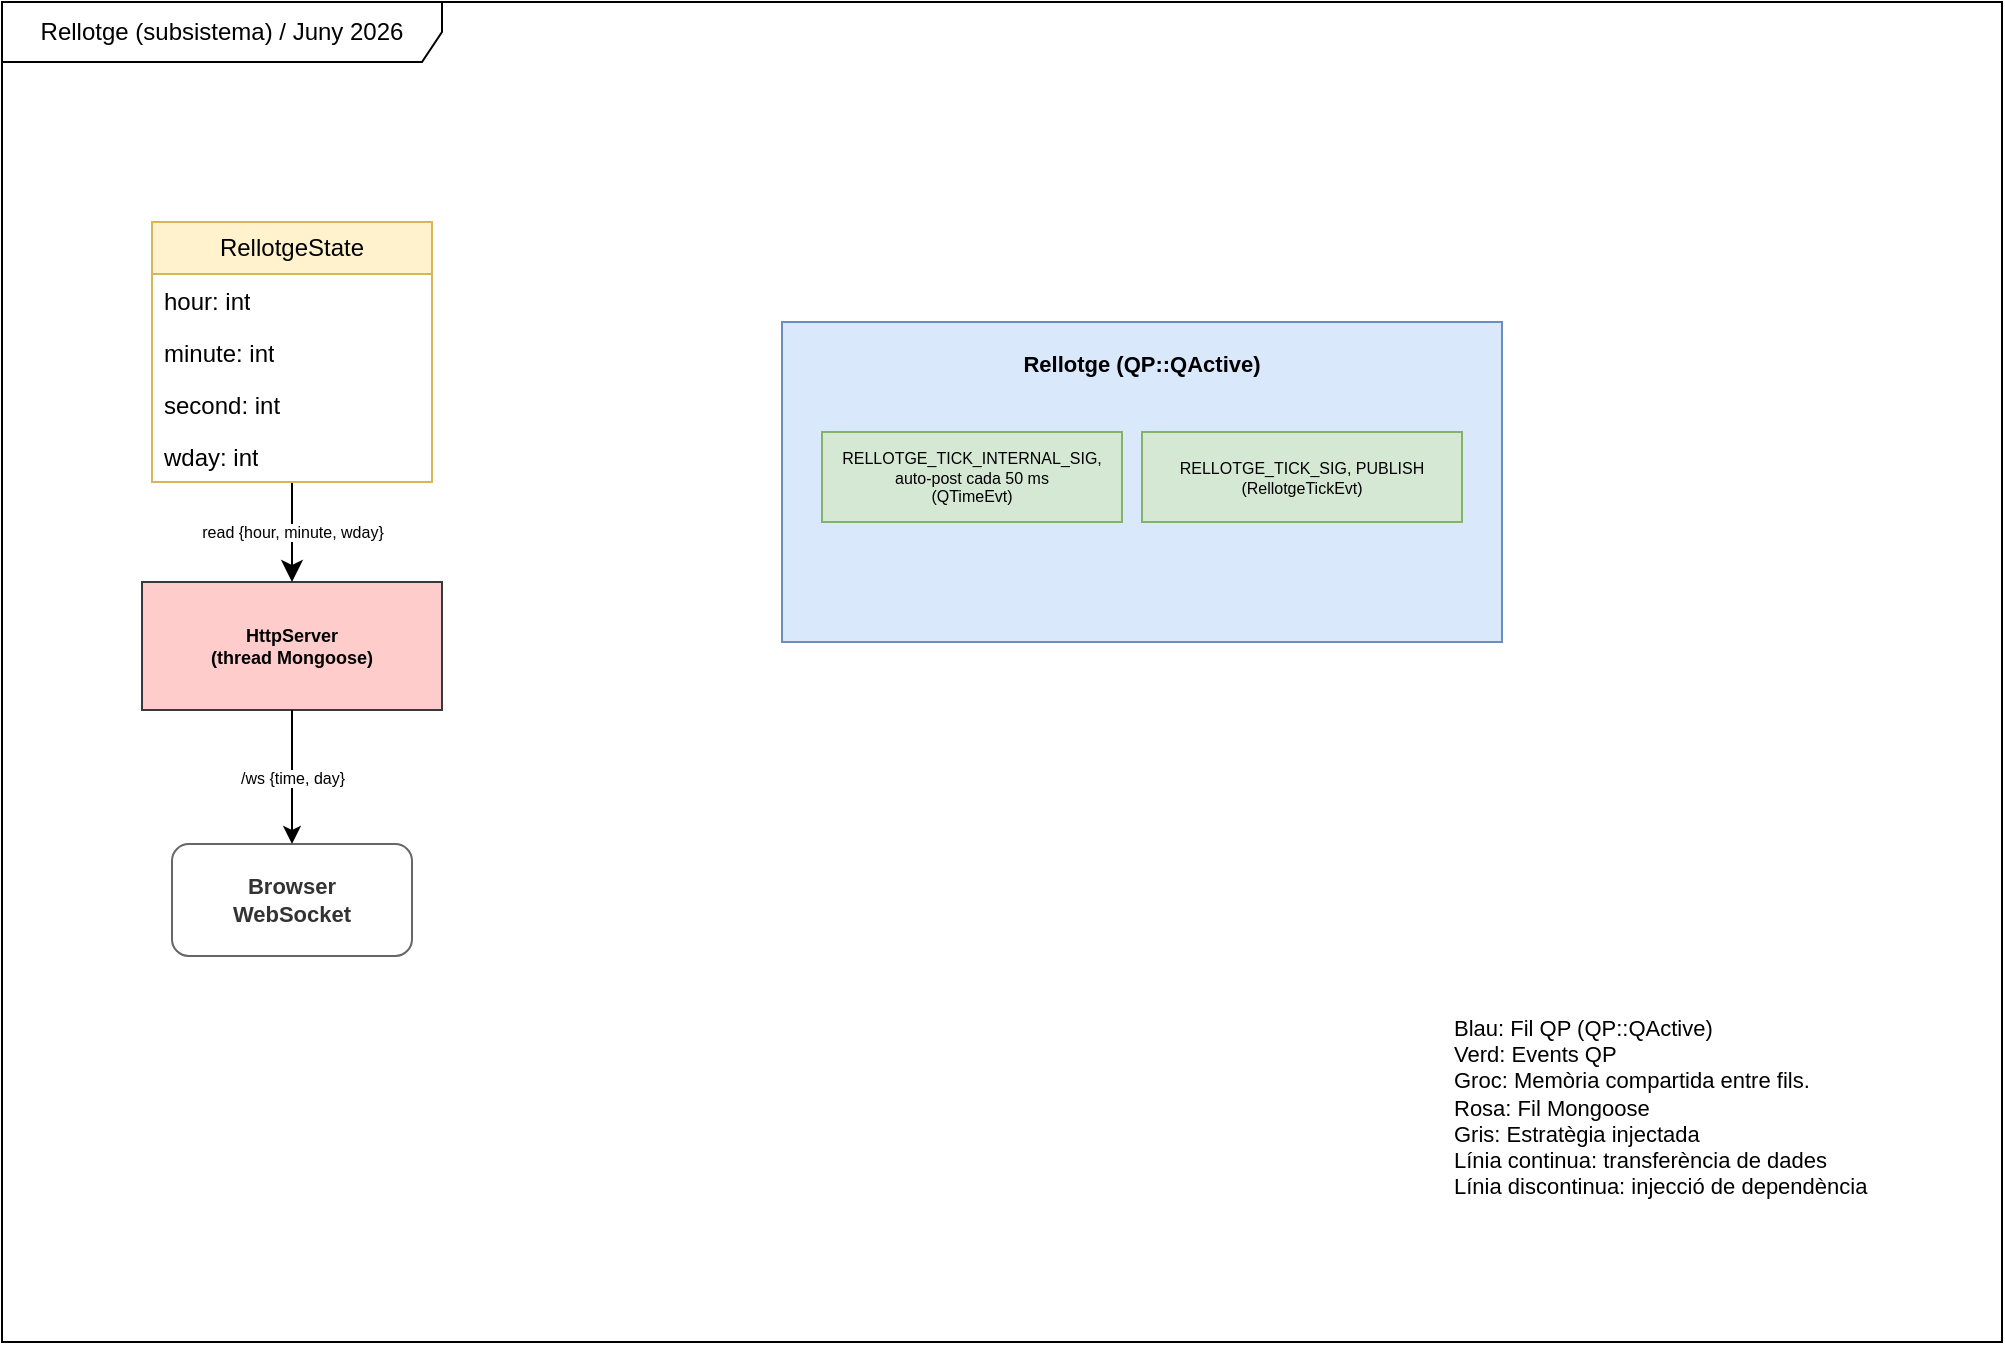
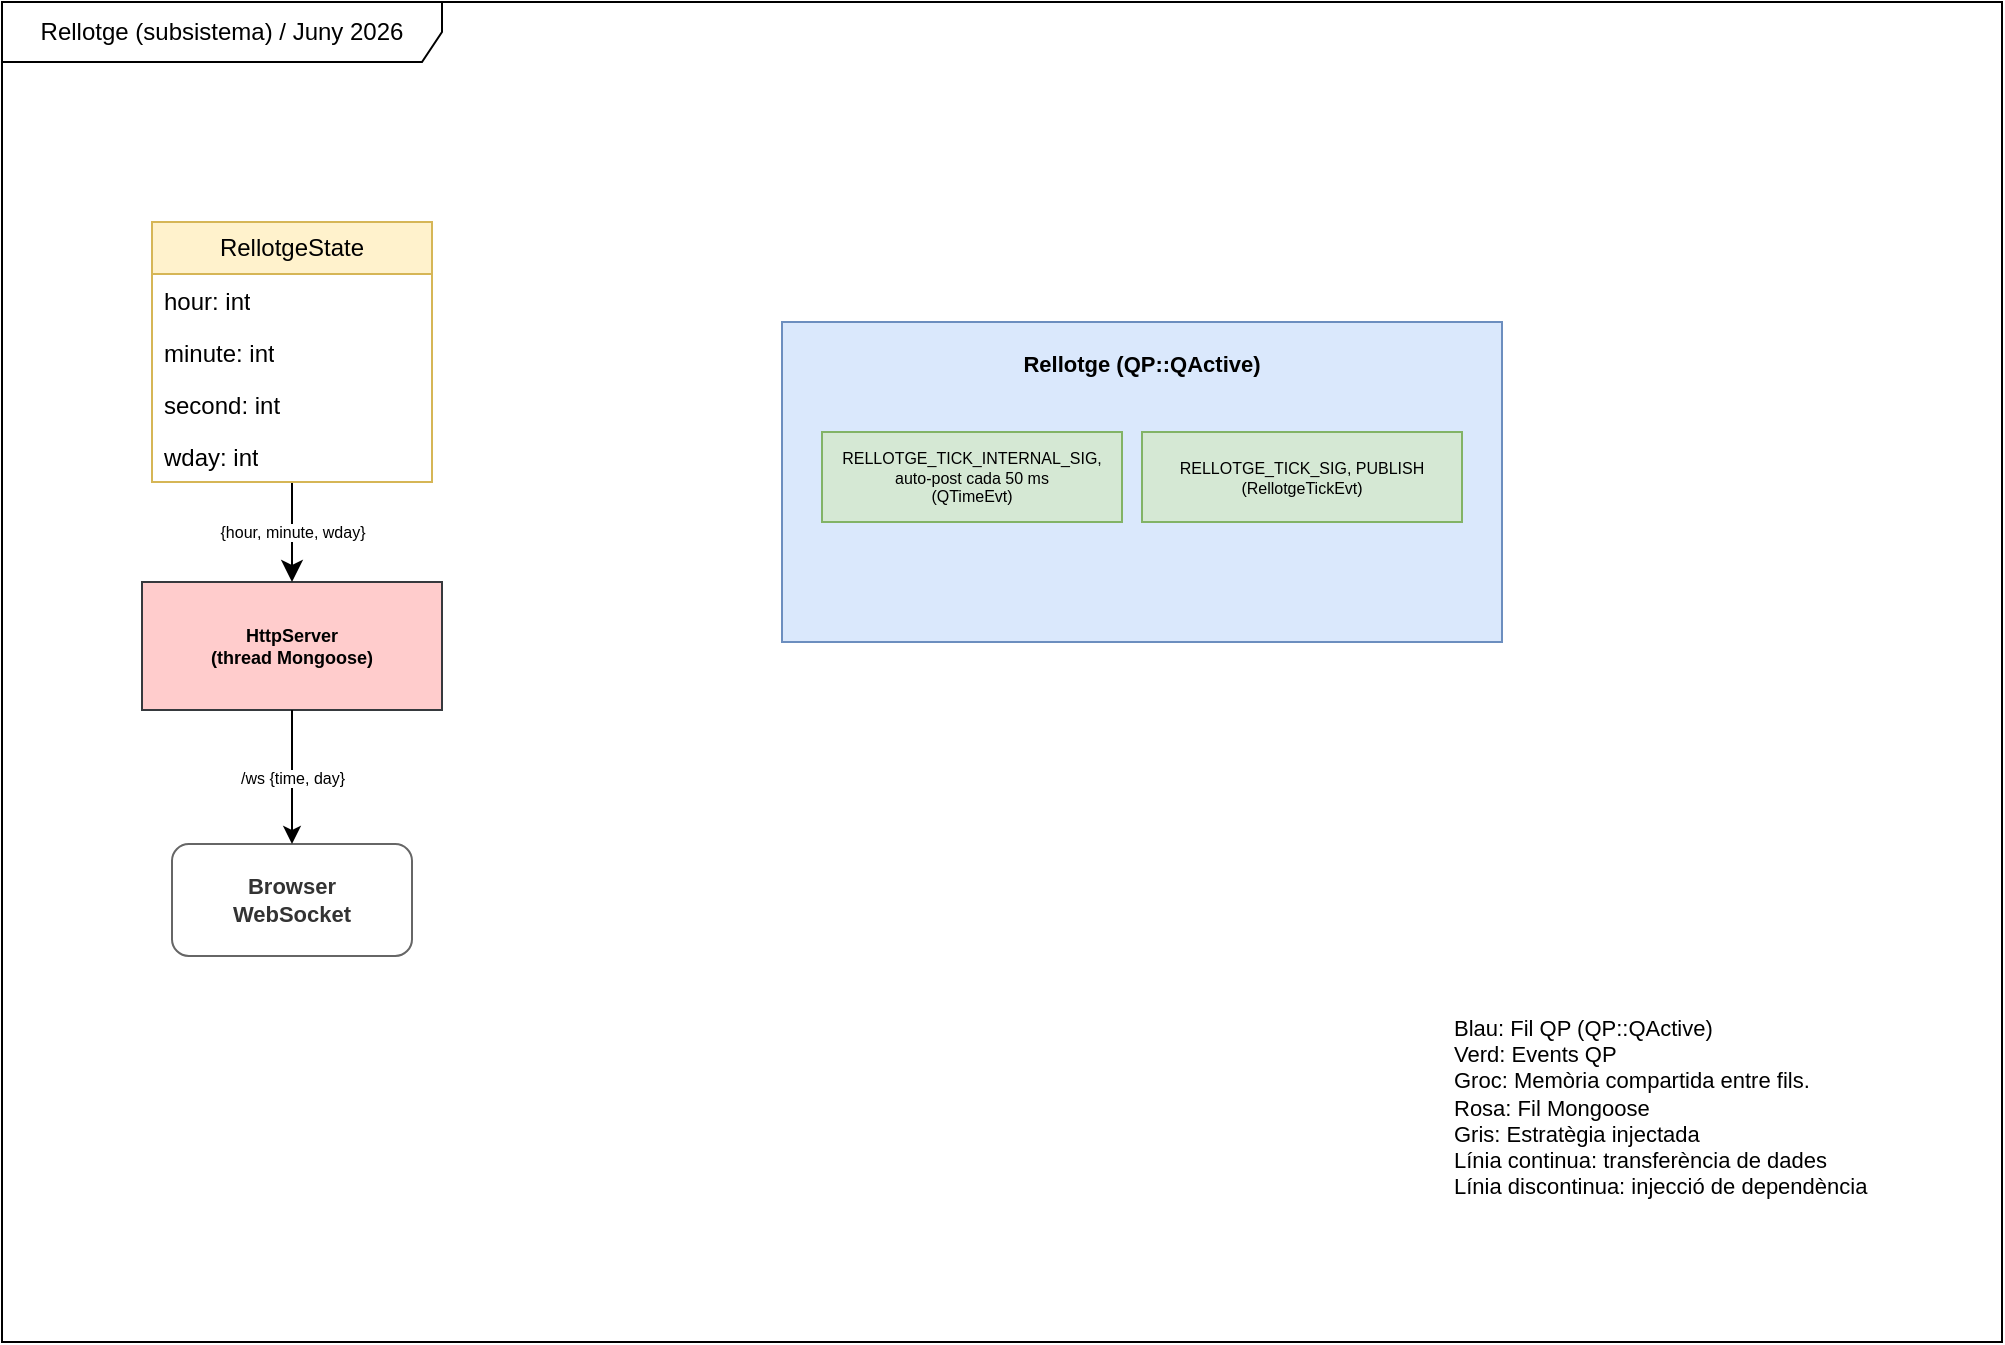
<mxfile host="Electron" agent="Mozilla/5.0 (Windows NT 10.0; Win64; x64) AppleWebKit/537.36 (KHTML, like Gecko) draw.io/28.2.8 Chrome/140.0.7339.240 Electron/38.4.0 Safari/537.36" version="28.2.8">
  <diagram name="Rellotge" id="rellotge">
    <mxGraphModel dx="1028" dy="663" grid="1" gridSize="10" guides="1" tooltips="1" connect="1" arrows="1" fold="1" page="1" pageScale="1" pageWidth="1169" pageHeight="826" math="0" shadow="0">
      <root>
        <mxCell id="0" />
        <mxCell id="1" parent="0" />
        <mxCell id="frame" value="Rellotge (subsistema) / Juny 2026" style="shape=umlFrame;whiteSpace=wrap;html=1;pointerEvents=0;recursiveResize=0;collapsible=0;width=220;height=30;" parent="1" vertex="1">
          <mxGeometry x="40" y="50" width="1000" height="670" as="geometry" />
        </mxCell>
        <mxCell id="rl" value="Rellotge (QP::QActive)" style="rounded=0;whiteSpace=wrap;html=1;fillColor=#dae8fc;strokeColor=#6c8ebf;fontSize=11;fontStyle=1;verticalAlign=top;spacingTop=8" parent="1" vertex="1">
          <mxGeometry x="430" y="210" width="360" height="160" as="geometry" />
        </mxCell>
        <mxCell id="rl_internal" value="RELLOTGE_TICK_INTERNAL_SIG, auto-post cada 50 ms&#xa;(QTimeEvt)" style="rounded=0;whiteSpace=wrap;html=1;fillColor=#d5e8d4;strokeColor=#82b366;fontSize=8" parent="1" vertex="1">
          <mxGeometry x="450" y="265" width="150" height="45" as="geometry" />
        </mxCell>
        <mxCell id="rl_pub" value="RELLOTGE_TICK_SIG, PUBLISH&#xa;(RellotgeTickEvt)" style="rounded=0;whiteSpace=wrap;html=1;fillColor=#d5e8d4;strokeColor=#82b366;fontSize=8" parent="1" vertex="1">
          <mxGeometry x="610" y="265" width="160" height="45" as="geometry" />
        </mxCell>
        <mxCell id="http" value="HttpServer&#xa;(thread Mongoose)" style="rounded=0;whiteSpace=wrap;html=1;fillColor=#ffcccc;strokeColor=#36393d;fontSize=9;fontStyle=1" parent="1" vertex="1">
          <mxGeometry x="110" y="340" width="150" height="64" as="geometry" />
        </mxCell>
        <mxCell id="ws" value="&lt;b&gt;Browser&lt;/b&gt;&#xa;&lt;b&gt;WebSocket&lt;/b&gt;" style="rounded=1;whiteSpace=wrap;html=1;fillColor=#ffffff;strokeColor=#666666;fontColor=#333333;fontSize=11;" parent="1" vertex="1">
          <mxGeometry x="125" y="471" width="120" height="56" as="geometry" />
        </mxCell>
        <mxCell id="e_push" value="/ws {time, day}" style="edgeStyle=orthogonalEdgeStyle;rounded=0;html=1;exitX=0.5;exitY=1;exitDx=0;exitDy=0;entryX=0.5;entryY=0;entryDx=0;entryDy=0;fontSize=8;" parent="1" source="http" target="ws" edge="1">
          <mxGeometry relative="1" as="geometry" />
        </mxCell>
        <mxCell id="legend" value="&lt;div style=&quot;text-align:left&quot;&gt;Blau: Fil QP (QP::QActive)&lt;br&gt;Verd: Events QP&lt;br&gt;Groc: Memòria compartida entre fils.&lt;br&gt;Rosa: Fil Mongoose&lt;br&gt;Gris: Estratègia injectada&lt;br&gt;Línia continua: transferència de dades&lt;br&gt;Línia discontinua: injecció de dependència&lt;/div&gt;" style="text;strokeColor=none;fillColor=none;align=left;verticalAlign=top;spacingLeft=4;spacingRight=4;overflow=hidden;whiteSpace=wrap;html=1;fontSize=11;" parent="1" vertex="1">
          <mxGeometry x="760" y="550" width="240" height="110" as="geometry" />
        </mxCell>
-         <mxCell id="fVvCkoM4ovPekPfYtxhf-7" value="read {hour, minute, wday}" style="edgeStyle=orthogonalEdgeStyle;curved=0;rounded=0;orthogonalLoop=1;jettySize=auto;html=1;fontSize=8;startSize=8;endSize=8;" parent="1" source="fVvCkoM4ovPekPfYtxhf-1" target="http" edge="1">
+         <mxCell id="fVvCkoM4ovPekPfYtxhf-7" value="{hour, minute, wday}" style="edgeStyle=orthogonalEdgeStyle;curved=0;rounded=0;orthogonalLoop=1;jettySize=auto;html=1;fontSize=8;startSize=8;endSize=8;" parent="1" source="fVvCkoM4ovPekPfYtxhf-1" target="http" edge="1">
          <mxGeometry relative="1" as="geometry" />
        </mxCell>
        <mxCell id="fVvCkoM4ovPekPfYtxhf-1" value="RellotgeState" style="swimlane;fontStyle=0;childLayout=stackLayout;horizontal=1;startSize=26;fillColor=#fff2cc;horizontalStack=0;resizeParent=1;resizeParentMax=0;resizeLast=0;collapsible=1;marginBottom=0;whiteSpace=wrap;html=1;strokeColor=#d6b656;" parent="1" vertex="1">
          <mxGeometry x="115" y="160" width="140" height="130" as="geometry" />
        </mxCell>
        <mxCell id="fVvCkoM4ovPekPfYtxhf-2" value="hour: int" style="text;strokeColor=none;fillColor=none;align=left;verticalAlign=top;spacingLeft=4;spacingRight=4;overflow=hidden;rotatable=0;points=[[0,0.5],[1,0.5]];portConstraint=eastwest;whiteSpace=wrap;html=1;" parent="fVvCkoM4ovPekPfYtxhf-1" vertex="1">
          <mxGeometry y="26" width="140" height="26" as="geometry" />
        </mxCell>
        <mxCell id="fVvCkoM4ovPekPfYtxhf-3" value="minute: int" style="text;strokeColor=none;fillColor=none;align=left;verticalAlign=top;spacingLeft=4;spacingRight=4;overflow=hidden;rotatable=0;points=[[0,0.5],[1,0.5]];portConstraint=eastwest;whiteSpace=wrap;html=1;" parent="fVvCkoM4ovPekPfYtxhf-1" vertex="1">
          <mxGeometry y="52" width="140" height="26" as="geometry" />
        </mxCell>
        <mxCell id="fVvCkoM4ovPekPfYtxhf-4" value="second: int" style="text;strokeColor=none;fillColor=none;align=left;verticalAlign=top;spacingLeft=4;spacingRight=4;overflow=hidden;rotatable=0;points=[[0,0.5],[1,0.5]];portConstraint=eastwest;whiteSpace=wrap;html=1;" parent="fVvCkoM4ovPekPfYtxhf-1" vertex="1">
          <mxGeometry y="78" width="140" height="26" as="geometry" />
        </mxCell>
        <mxCell id="fVvCkoM4ovPekPfYtxhf-6" value="wday: int" style="text;strokeColor=none;fillColor=none;align=left;verticalAlign=top;spacingLeft=4;spacingRight=4;overflow=hidden;rotatable=0;points=[[0,0.5],[1,0.5]];portConstraint=eastwest;whiteSpace=wrap;html=1;" parent="fVvCkoM4ovPekPfYtxhf-1" vertex="1">
          <mxGeometry y="104" width="140" height="26" as="geometry" />
        </mxCell>
      </root>
    </mxGraphModel>
  </diagram>
</mxfile>
